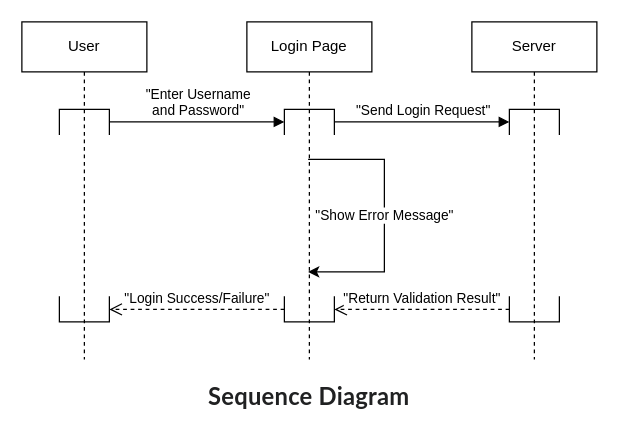
Before: Sequence Diagram.drawio in bishwasadh/draw.io, a draw.io diagram. Source tidied: cells renumbered, new cells numbered last; positions are measured from the earlier drawing's top-left corner, leaving out a move shared by most shapes. Both pictures are drawn from the tidied source at 125%, with x=0, y=0 at pixel (21, 21).
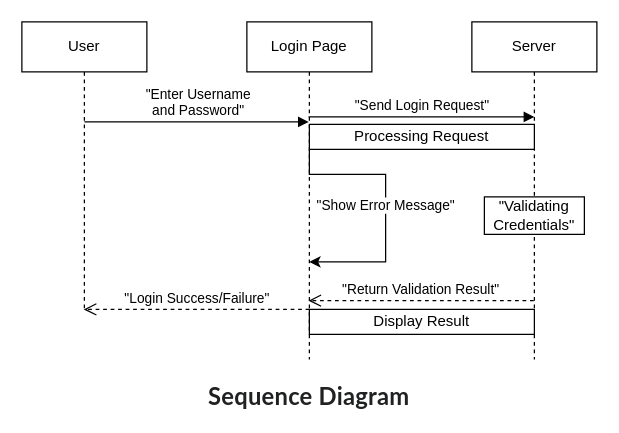
Above is the later version.

The change refers to these unchanged cells:
```xml
<mxCell id="5" value="Login Page" style="shape=umlLifeline;perimeter=lifelinePerimeter;whiteSpace=wrap;html=1;outlineConnect=0;portConstraint=eastwest;newEdgeStyle={&quot;curved&quot;:0,&quot;rounded&quot;:0};" parent="1" vertex="1">
  <mxGeometry x="180" width="100" height="270" as="geometry" />
</mxCell>
<mxCell id="8" value="Server" style="shape=umlLifeline;perimeter=lifelinePerimeter;whiteSpace=wrap;html=1;newEdgeStyle={&quot;curved&quot;:0,&quot;rounded&quot;:0};" parent="1" vertex="1">
  <mxGeometry x="360" width="100" height="270" as="geometry" />
</mxCell>
```

The edit, as a diff of the source:
```diff
@@
     <mxCell id="2" value="User" style="shape=umlLifeline;perimeter=lifelinePerimeter;whiteSpace=wrap;html=1;outlineConnect=0;portConstraint=eastwest;newEdgeStyle={&quot;curved&quot;:0,&quot;rounded&quot;:0};" parent="1" vertex="1">
-      <mxGeometry width="100" height="270" as="geometry" />
+      <mxGeometry width="100" height="230" as="geometry" />
     </mxCell>
-    <mxCell id="3" style="shape=partialRectangle;whiteSpace=wrap;html=1;bottom=0;fillColor=none;point=[];targetShapes=umlLifeline;" parent="2" vertex="1">
-      <mxGeometry x="30" y="70" width="40" height="20" as="geometry" />
-    </mxCell>
-    <mxCell id="4" style="shape=partialRectangle;whiteSpace=wrap;html=1;top=0;fillColor=none;point=[];targetShapes=umlLifeline;" parent="2" vertex="1">
-      <mxGeometry x="30" y="220" width="40" height="20" as="geometry" />
-    </mxCell>
@@
-    <mxCell id="6" style="shape=partialRectangle;whiteSpace=wrap;html=1;bottom=0;fillColor=none;point=[];targetShapes=umlLifeline;" parent="5" vertex="1">
-      <mxGeometry x="30" y="70" width="40" height="20" as="geometry" />
-    </mxCell>
-    <mxCell id="7" style="shape=partialRectangle;whiteSpace=wrap;html=1;top=0;fillColor=none;point=[];targetShapes=umlLifeline;" parent="5" vertex="1">
-      <mxGeometry x="30" y="220" width="40" height="20" as="geometry" />
-    </mxCell>
@@
-    <mxCell id="9" style="shape=partialRectangle;whiteSpace=wrap;html=1;bottom=0;fillColor=none;point=[];targetShapes=umlLifeline;" parent="8" vertex="1">
-      <mxGeometry x="30" y="70" width="40" height="20" as="geometry" />
-    </mxCell>
-    <mxCell id="10" style="shape=partialRectangle;whiteSpace=wrap;html=1;top=0;fillColor=none;point=[];targetShapes=umlLifeline;" parent="8" vertex="1">
-      <mxGeometry x="30" y="220" width="40" height="20" as="geometry" />
-    </mxCell>
-    <mxCell id="11" value="&quot;Enter Username&lt;div&gt;and Password&quot;&lt;/div&gt;" style="html=1;verticalAlign=bottom;endArrow=block;curved=0;rounded=0;" parent="1" edge="1">
+    <mxCell id="11" value="&quot;Enter Username&lt;div&gt;and Password&quot;&lt;/div&gt;" style="html=1;verticalAlign=bottom;endArrow=block;curved=0;rounded=0;" parent="1" edge="1" target="5">
       <mxGeometry x="0.01" relative="1" as="geometry">
-        <mxPoint x="70" y="80" as="sourcePoint" />
-        <mxPoint x="210" y="80" as="targetPoint" />
+        <mxPoint x="50" y="80" as="sourcePoint" />
       </mxGeometry>
     </mxCell>
-    <mxCell id="12" value="&quot;Login Success/Failure&quot;" style="html=1;verticalAlign=bottom;endArrow=open;dashed=1;endSize=8;curved=0;rounded=0;" parent="1" edge="1">
+    <mxCell id="12" value="&quot;Login Success/Failure&quot;" style="html=1;verticalAlign=bottom;endArrow=open;dashed=1;endSize=8;curved=0;rounded=0;" parent="1" edge="1" target="2">
       <mxGeometry relative="1" as="geometry">
-        <mxPoint x="210" y="230" as="sourcePoint" />
-        <mxPoint x="70" y="230" as="targetPoint" />
+        <mxPoint x="230" y="230" as="sourcePoint" />
       </mxGeometry>
     </mxCell>
     <mxCell id="13" value="&quot;Send Login Request&quot;" style="html=1;verticalAlign=bottom;endArrow=block;curved=0;rounded=0;" parent="1" edge="1">
       <mxGeometry x="0.01" relative="1" as="geometry">
-        <mxPoint x="250" y="80" as="sourcePoint" />
-        <mxPoint x="390" y="80" as="targetPoint" />
+        <mxPoint x="229.3" y="76" as="sourcePoint" />
+        <mxPoint x="410" y="76" as="targetPoint" />
       </mxGeometry>
     </mxCell>
     <mxCell id="14" value="&quot;Return Validation Result&quot;" style="html=1;verticalAlign=bottom;endArrow=open;dashed=1;endSize=8;curved=0;rounded=0;" parent="1" edge="1">
-      <mxGeometry relative="1" as="geometry">
-        <mxPoint x="390" y="230" as="sourcePoint" />
-        <mxPoint x="250" y="230" as="targetPoint" />
+      <mxGeometry x="0.01" relative="1" as="geometry">
+        <mxPoint x="409.5" y="223" as="sourcePoint" />
+        <mxPoint x="229.3" y="223" as="targetPoint" />
       </mxGeometry>
     </mxCell>
@@
     <mxCell id="16" value="&quot;Show Error Message&quot;" style="edgeStyle=orthogonalEdgeStyle;rounded=0;orthogonalLoop=1;jettySize=auto;html=1;curved=0;elbow=vertical;" parent="1" edge="1">
       <mxGeometry relative="1" as="geometry">
-        <mxPoint x="229" y="110" as="sourcePoint" />
-        <mxPoint x="229" y="200" as="targetPoint" />
+        <mxPoint x="230" y="102" as="sourcePoint" />
+        <mxPoint x="230" y="192" as="targetPoint" />
         <Array as="points">
-          <mxPoint x="290" y="200" />
+          <mxPoint x="230" y="122" />
+          <mxPoint x="291" y="122" />
+          <mxPoint x="291" y="192" />
         </Array>
       </mxGeometry>
     </mxCell>
+    <mxCell id="17" value="Processing Request" style="rounded=0;whiteSpace=wrap;html=1;" parent="1" vertex="1">
+      <mxGeometry x="230" y="82" width="180" height="20" as="geometry" />
+    </mxCell>
+    <mxCell id="18" value="&lt;p&gt;Display Result&lt;/p&gt;" style="rounded=0;whiteSpace=wrap;html=1;" parent="1" vertex="1">
+      <mxGeometry x="230" y="230" width="180" height="20" as="geometry" />
+    </mxCell>
+    <mxCell id="19" value="&lt;p&gt;&quot;Validating Credentials&quot;&lt;/p&gt;" style="rounded=0;whiteSpace=wrap;html=1;" parent="1" vertex="1">
+      <mxGeometry x="370" y="140" width="80" height="30" as="geometry" />
+    </mxCell>
```
